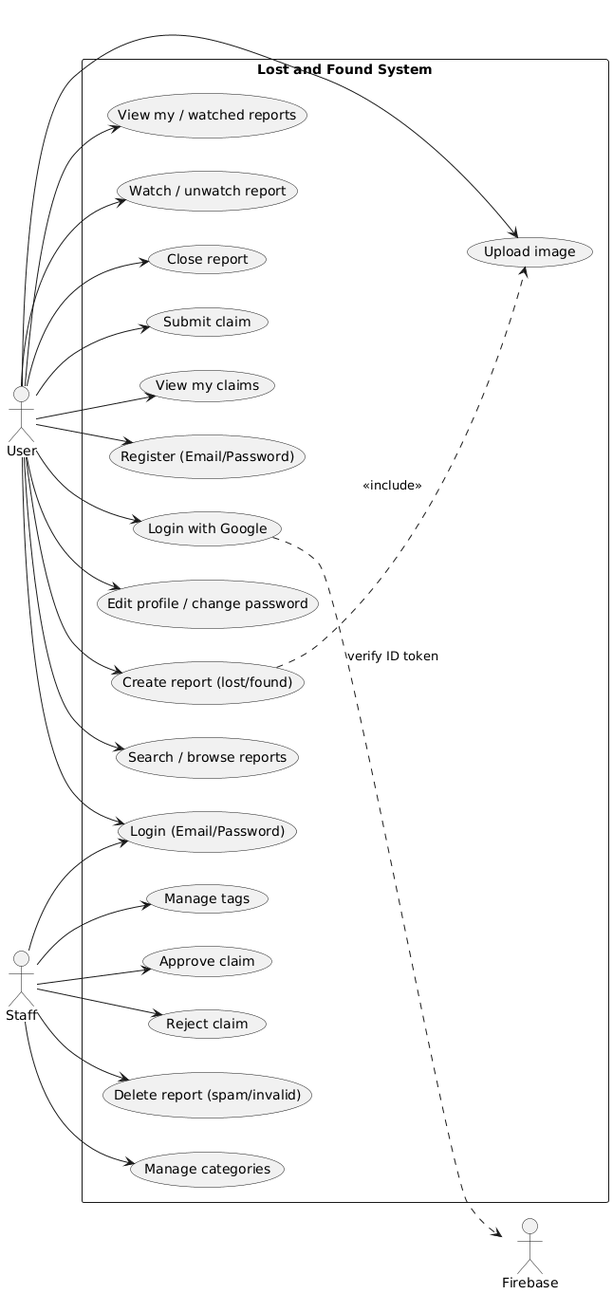
LynxelSins/CP353002-Lost-and-Found keeps this PlantUML diagram as doc/diagrams/Use Case Diagram.png. Above is the earlier version.
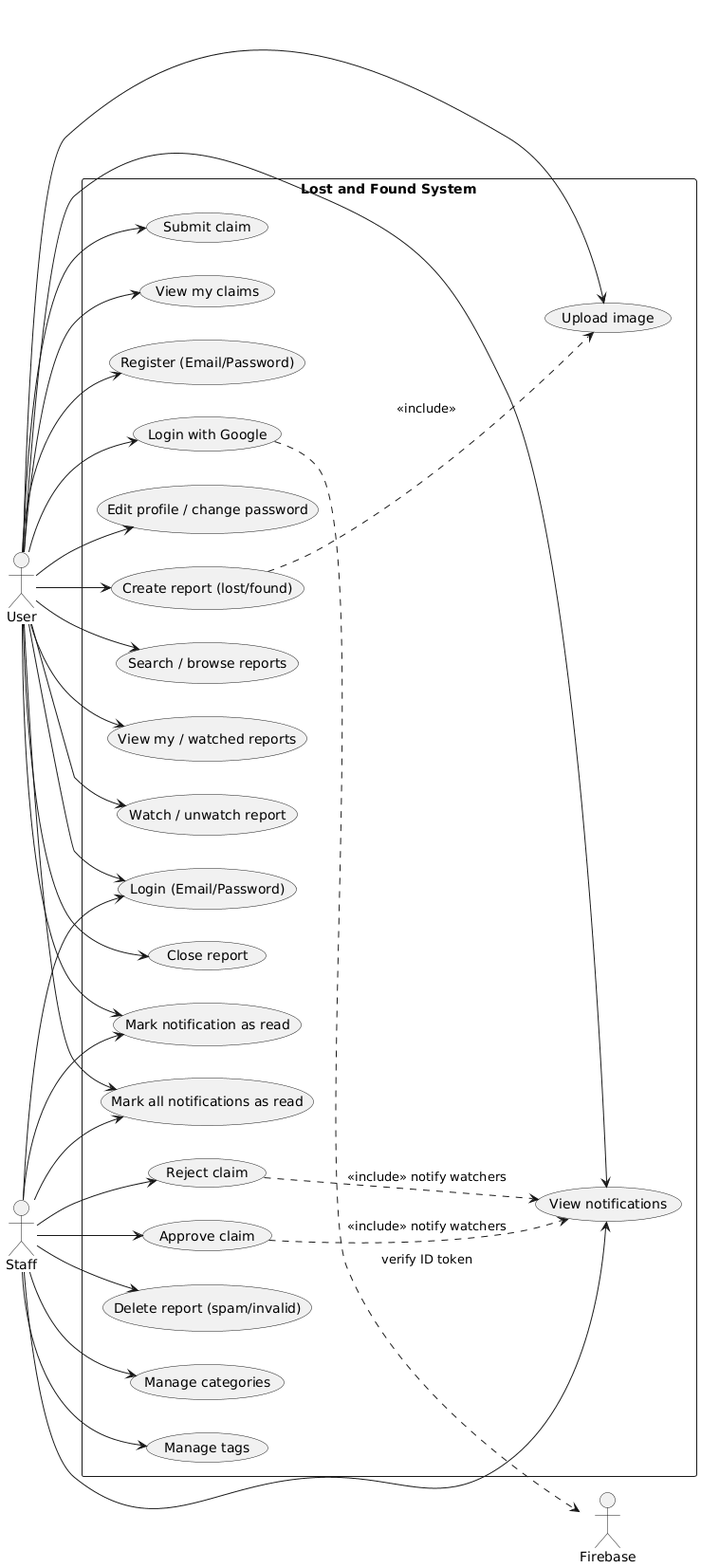
Later version of the same file.

Commit message:
docs: update use case diagram with notification use cases

The edit, as a diff of the source:
```diff
@@ -22,6 +22,9 @@
   usecase "Delete report (spam/invalid)" as UC15
   usecase "Manage categories" as UC16
   usecase "Manage tags" as UC17
+  usecase "View notifications" as UC18
+  usecase "Mark notification as read" as UC19
+  usecase "Mark all notifications as read" as UC20
 }
 
 User --> UC1
@@ -36,13 +39,21 @@
 User --> UC10
 User --> UC11
 User --> UC12
+User --> UC18
+User --> UC19
+User --> UC20
 Staff --> UC2
 Staff --> UC13
 Staff --> UC14
 Staff --> UC15
 Staff --> UC16
 Staff --> UC17
+Staff --> UC18
+Staff --> UC19
+Staff --> UC20
 
 UC5 ..> UC6 : <<include>>
 UC3 ..> FB : verify ID token
+UC13 ..> UC18 : <<include>> notify watchers
+UC14 ..> UC18 : <<include>> notify watchers
 @enduml
```
